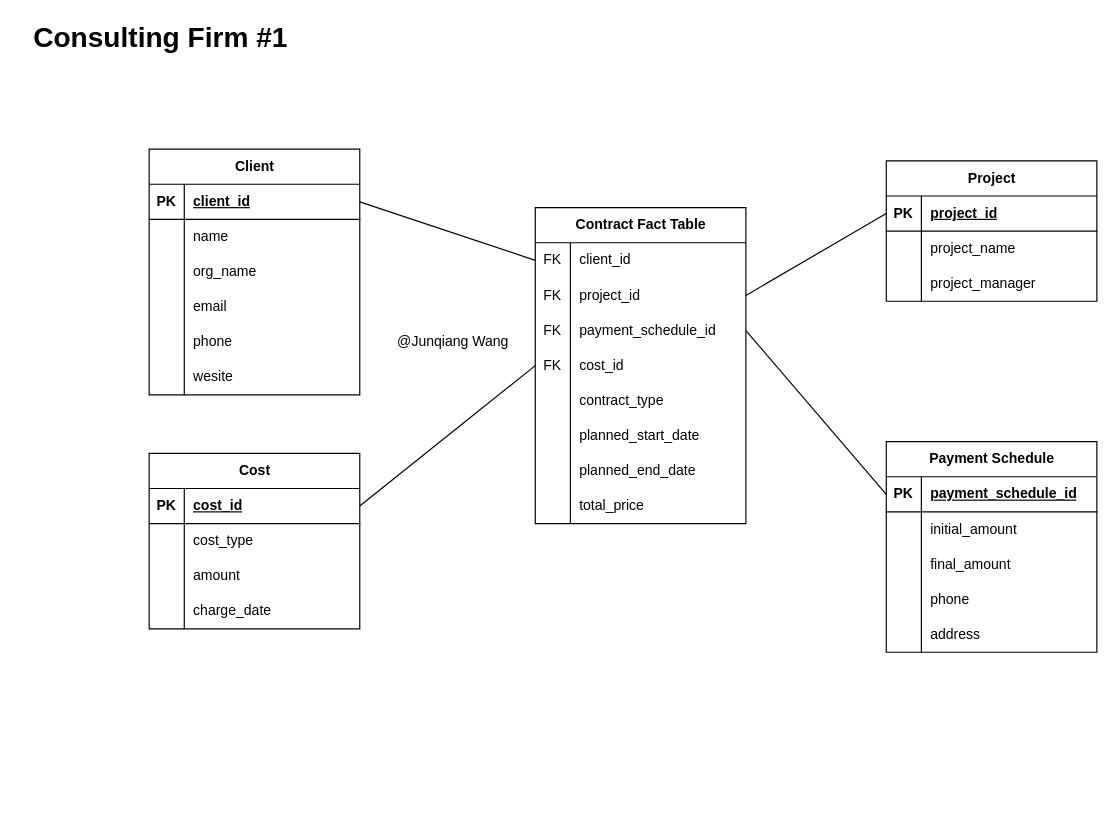
Before: hw4b.drawio in EliWangC/dsci-559-database, a draw.io diagram. Source tidied: cells renumbered, new cells numbered last; positions are measured from the earlier drawing's top-left corner, leaving out a move shared by most shapes. Both pictures are drawn from the tidied source at 117%, with x=0, y=0 at pixel (20, 20).
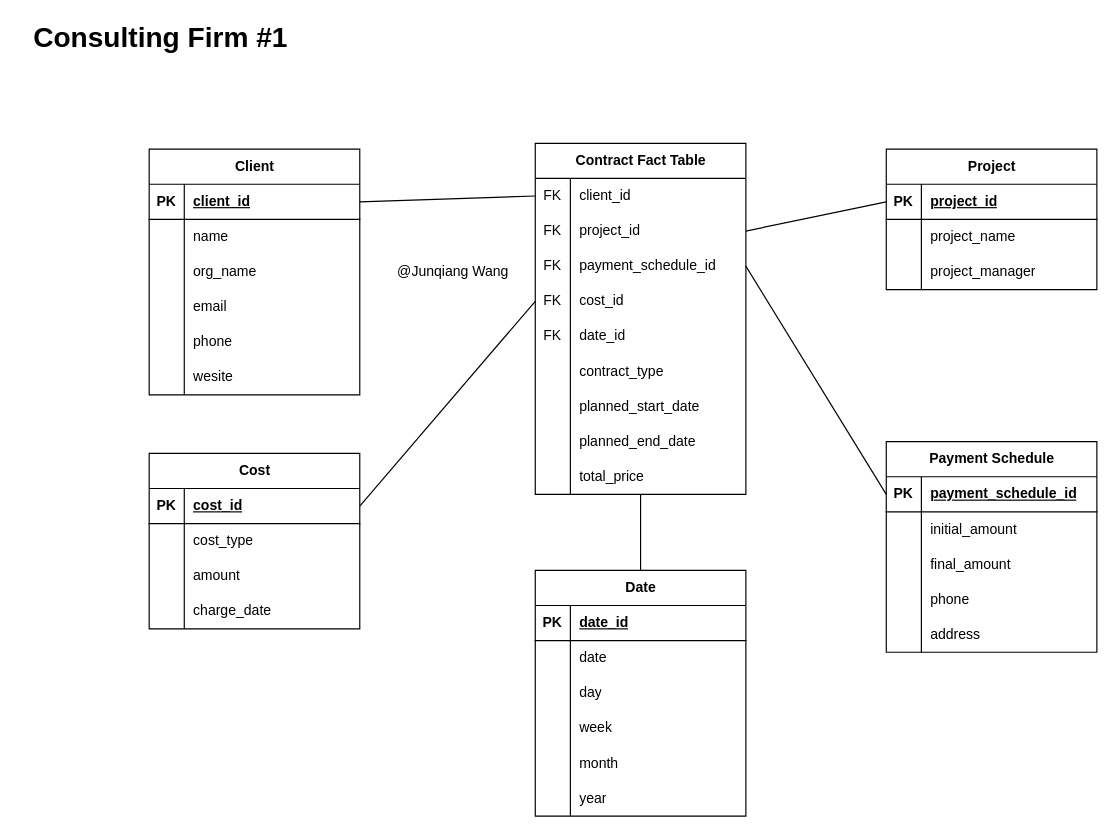
The same diagram, later.

Diff of the diagram source:
```diff
@@
     <mxCell id="2" value="Contract Fact Table" style="shape=table;startSize=30;childLayout=tableLayout;rowLines=0;fontStyle=1;align=center;html=1;" parent="1" vertex="1">
-      <mxGeometry x="440" y="160" width="180" height="270" as="geometry" />
+      <mxGeometry x="440" y="105" width="180" height="300" as="geometry" />
     </mxCell>
@@
+    <mxCell id="91" style="shape=tableRow;horizontal=0;startSize=0;swimlaneHead=0;swimlaneBody=0;fillColor=none;top=0;left=0;right=0;bottom=0;" parent="2" vertex="1">
+      <mxGeometry y="150" width="180" height="30" as="geometry" />
+    </mxCell>
+    <mxCell id="92" value="FK" style="shape=partialRectangle;fillColor=none;top=0;left=0;bottom=0;right=0;overflow=hidden;whiteSpace=wrap;html=1;" parent="91" vertex="1">
+      <mxGeometry width="30" height="30" as="geometry" />
+    </mxCell>
+    <mxCell id="93" value="date_id" style="shape=partialRectangle;fillColor=none;top=0;left=0;bottom=0;right=0;align=left;spacingLeft=6;overflow=hidden;whiteSpace=wrap;html=1;" parent="91" vertex="1">
+      <mxGeometry x="30" width="150" height="30" as="geometry" />
+    </mxCell>
     <mxCell id="15" style="shape=tableRow;horizontal=0;startSize=0;swimlaneHead=0;swimlaneBody=0;fillColor=none;top=0;left=0;right=0;bottom=0;" parent="2" vertex="1">
-      <mxGeometry y="150" width="180" height="30" as="geometry" />
+      <mxGeometry y="180" width="180" height="30" as="geometry" />
     </mxCell>
@@
     <mxCell id="18" style="shape=tableRow;horizontal=0;startSize=0;swimlaneHead=0;swimlaneBody=0;fillColor=none;top=0;left=0;right=0;bottom=0;" parent="2" vertex="1">
-      <mxGeometry y="180" width="180" height="30" as="geometry" />
+      <mxGeometry y="210" width="180" height="30" as="geometry" />
     </mxCell>
@@
     <mxCell id="21" style="shape=tableRow;horizontal=0;startSize=0;swimlaneHead=0;swimlaneBody=0;fillColor=none;top=0;left=0;right=0;bottom=0;" parent="2" vertex="1">
-      <mxGeometry y="210" width="180" height="30" as="geometry" />
+      <mxGeometry y="240" width="180" height="30" as="geometry" />
     </mxCell>
@@
     <mxCell id="24" style="shape=tableRow;horizontal=0;startSize=0;swimlaneHead=0;swimlaneBody=0;fillColor=none;points=[[0,0.5],[1,0.5]];portConstraint=eastwest;top=0;left=0;right=0;bottom=0;" parent="2" vertex="1">
-      <mxGeometry y="240" width="180" height="30" as="geometry" />
+      <mxGeometry y="270" width="180" height="30" as="geometry" />
     </mxCell>
@@
     <mxCell id="46" value="Project" style="shape=table;startSize=30;childLayout=tableLayout;rowLines=0;fontStyle=1;align=center;html=1;" parent="1" vertex="1">
-      <mxGeometry x="740" y="120" width="180" height="120" as="geometry" />
+      <mxGeometry x="740" y="110" width="180" height="120" as="geometry" />
     </mxCell>
@@
     <mxCell id="90" value="@Junqiang Wang" style="text;html=1;strokeColor=none;fillColor=none;align=center;verticalAlign=middle;whiteSpace=wrap;rounded=0;" parent="1" vertex="1">
-      <mxGeometry x="310" y="260" width="120" height="30" as="geometry" />
+      <mxGeometry x="310" y="200" width="120" height="30" as="geometry" />
     </mxCell>
+    <mxCell id="94" style="rounded=0;jettySize=auto;html=1;exitX=0.5;exitY=0;exitDx=0;exitDy=0;entryX=0.5;entryY=1.017;entryDx=0;entryDy=0;entryPerimeter=0;endArrow=none;endFill=0;" parent="1" edge="1" source="95" target="24">
+      <mxGeometry relative="1" as="geometry" />
+    </mxCell>
+    <mxCell id="95" value="Date" style="shape=table;startSize=30;childLayout=tableLayout;rowLines=0;fontStyle=1;align=center;html=1;" parent="1" vertex="1">
+      <mxGeometry x="440" y="470" width="180" height="210" as="geometry" />
+    </mxCell>
+    <mxCell id="96" style="shape=tableRow;horizontal=0;startSize=0;swimlaneHead=0;swimlaneBody=0;fillColor=none;top=0;left=0;right=0;bottom=1;" parent="95" vertex="1">
+      <mxGeometry y="30" width="180" height="30" as="geometry" />
+    </mxCell>
+    <mxCell id="97" value="PK" style="shape=partialRectangle;fillColor=none;top=0;left=0;bottom=0;right=0;fontStyle=1;overflow=hidden;whiteSpace=wrap;html=1;" parent="96" vertex="1">
+      <mxGeometry width="30" height="30" as="geometry" />
+    </mxCell>
+    <mxCell id="98" value="date_id" style="shape=partialRectangle;fillColor=none;top=0;left=0;bottom=0;right=0;align=left;spacingLeft=6;fontStyle=5;overflow=hidden;whiteSpace=wrap;html=1;" parent="96" vertex="1">
+      <mxGeometry x="30" width="150" height="30" as="geometry" />
+    </mxCell>
+    <mxCell id="99" style="shape=tableRow;horizontal=0;startSize=0;swimlaneHead=0;swimlaneBody=0;fillColor=none;top=0;left=0;right=0;bottom=0;" parent="95" vertex="1">
+      <mxGeometry y="60" width="180" height="30" as="geometry" />
+    </mxCell>
+    <mxCell id="100" style="shape=partialRectangle;fillColor=none;top=0;left=0;bottom=0;right=0;overflow=hidden;whiteSpace=wrap;html=1;" parent="99" vertex="1">
+      <mxGeometry width="30" height="30" as="geometry" />
+    </mxCell>
+    <mxCell id="101" value="date" style="shape=partialRectangle;fillColor=none;top=0;left=0;bottom=0;right=0;align=left;spacingLeft=6;overflow=hidden;whiteSpace=wrap;html=1;" parent="99" vertex="1">
+      <mxGeometry x="30" width="150" height="30" as="geometry" />
+    </mxCell>
+    <mxCell id="102" style="shape=tableRow;horizontal=0;startSize=0;swimlaneHead=0;swimlaneBody=0;fillColor=none;top=0;left=0;right=0;bottom=0;" parent="95" vertex="1">
+      <mxGeometry y="90" width="180" height="30" as="geometry" />
+    </mxCell>
+    <mxCell id="103" style="shape=partialRectangle;fillColor=none;top=0;left=0;bottom=0;right=0;overflow=hidden;whiteSpace=wrap;html=1;" parent="102" vertex="1">
+      <mxGeometry width="30" height="30" as="geometry" />
+    </mxCell>
+    <mxCell id="104" value="day" style="shape=partialRectangle;fillColor=none;top=0;left=0;bottom=0;right=0;align=left;spacingLeft=6;overflow=hidden;whiteSpace=wrap;html=1;" parent="102" vertex="1">
+      <mxGeometry x="30" width="150" height="30" as="geometry" />
+    </mxCell>
+    <mxCell id="105" style="shape=tableRow;horizontal=0;startSize=0;swimlaneHead=0;swimlaneBody=0;fillColor=none;top=0;left=0;right=0;bottom=0;" parent="95" vertex="1">
+      <mxGeometry y="120" width="180" height="30" as="geometry" />
+    </mxCell>
+    <mxCell id="106" style="shape=partialRectangle;fillColor=none;top=0;left=0;bottom=0;right=0;overflow=hidden;whiteSpace=wrap;html=1;" parent="105" vertex="1">
+      <mxGeometry width="30" height="30" as="geometry" />
+    </mxCell>
+    <mxCell id="107" value="week" style="shape=partialRectangle;fillColor=none;top=0;left=0;bottom=0;right=0;align=left;spacingLeft=6;overflow=hidden;whiteSpace=wrap;html=1;" parent="105" vertex="1">
+      <mxGeometry x="30" width="150" height="30" as="geometry" />
+    </mxCell>
+    <mxCell id="108" style="shape=tableRow;horizontal=0;startSize=0;swimlaneHead=0;swimlaneBody=0;fillColor=none;top=0;left=0;right=0;bottom=0;" parent="95" vertex="1">
+      <mxGeometry y="150" width="180" height="30" as="geometry" />
+    </mxCell>
+    <mxCell id="109" style="shape=partialRectangle;fillColor=none;top=0;left=0;bottom=0;right=0;overflow=hidden;whiteSpace=wrap;html=1;" parent="108" vertex="1">
+      <mxGeometry width="30" height="30" as="geometry" />
+    </mxCell>
+    <mxCell id="110" value="month" style="shape=partialRectangle;fillColor=none;top=0;left=0;bottom=0;right=0;align=left;spacingLeft=6;overflow=hidden;whiteSpace=wrap;html=1;" parent="108" vertex="1">
+      <mxGeometry x="30" width="150" height="30" as="geometry" />
+    </mxCell>
+    <mxCell id="111" style="shape=tableRow;horizontal=0;startSize=0;swimlaneHead=0;swimlaneBody=0;fillColor=none;top=0;left=0;right=0;bottom=0;" parent="95" vertex="1">
+      <mxGeometry y="180" width="180" height="30" as="geometry" />
+    </mxCell>
+    <mxCell id="112" style="shape=partialRectangle;fillColor=none;top=0;left=0;bottom=0;right=0;overflow=hidden;whiteSpace=wrap;html=1;" parent="111" vertex="1">
+      <mxGeometry width="30" height="30" as="geometry" />
+    </mxCell>
+    <mxCell id="113" value="year" style="shape=partialRectangle;fillColor=none;top=0;left=0;bottom=0;right=0;align=left;spacingLeft=6;overflow=hidden;whiteSpace=wrap;html=1;" parent="111" vertex="1">
+      <mxGeometry x="30" width="150" height="30" as="geometry" />
+    </mxCell>
```
